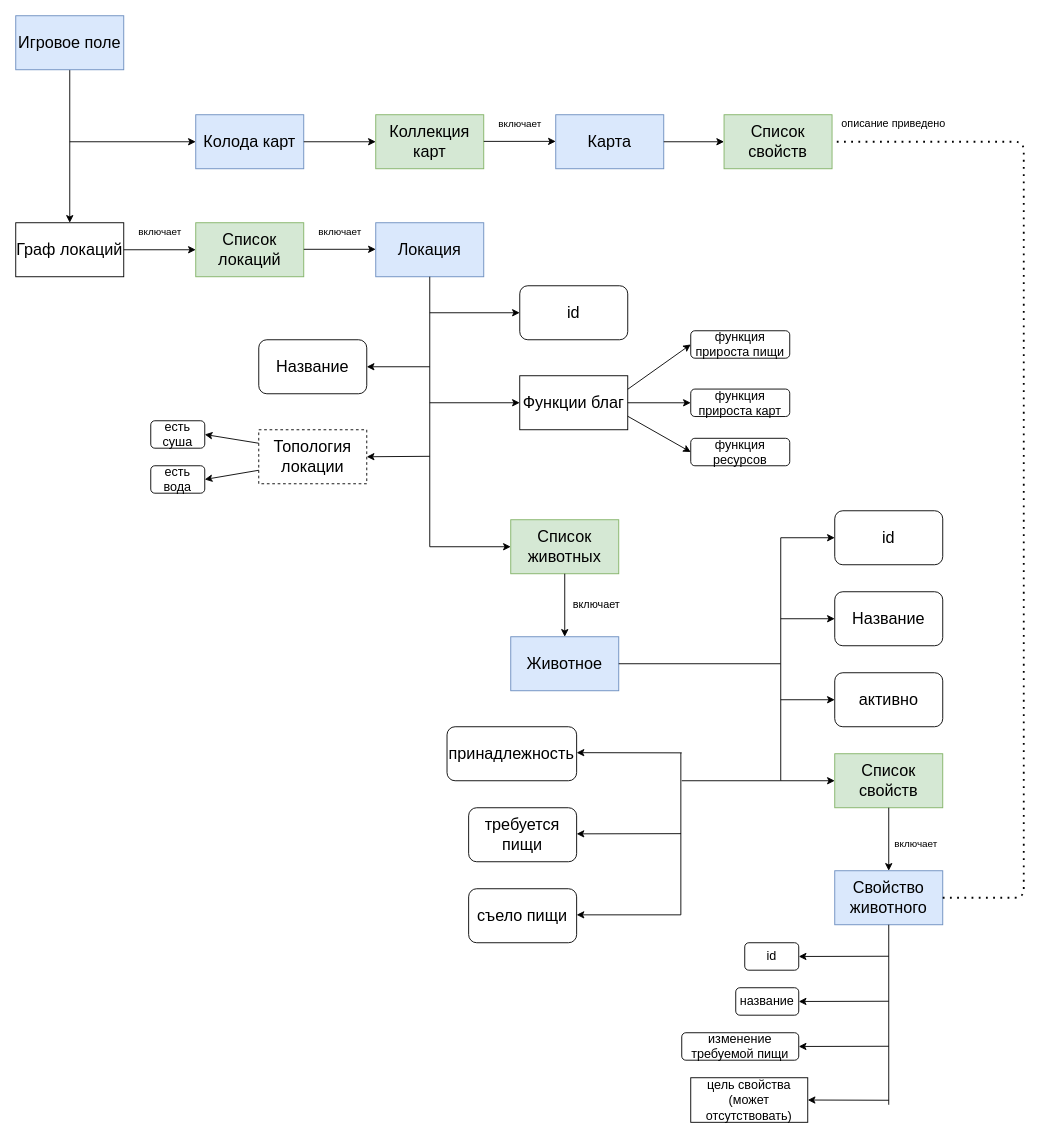
Before: docs/utils/struct.drawio in Upgrowth-project/FieldManager, a draw.io diagram. Source tidied: cells renumbered, new cells numbered last; positions are measured from the earlier drawing's top-left corner, leaving out a move shared by most shapes. Both pictures are drawn from the tidied source at 90%, with x=0, y=0 at pixel (15, 15).
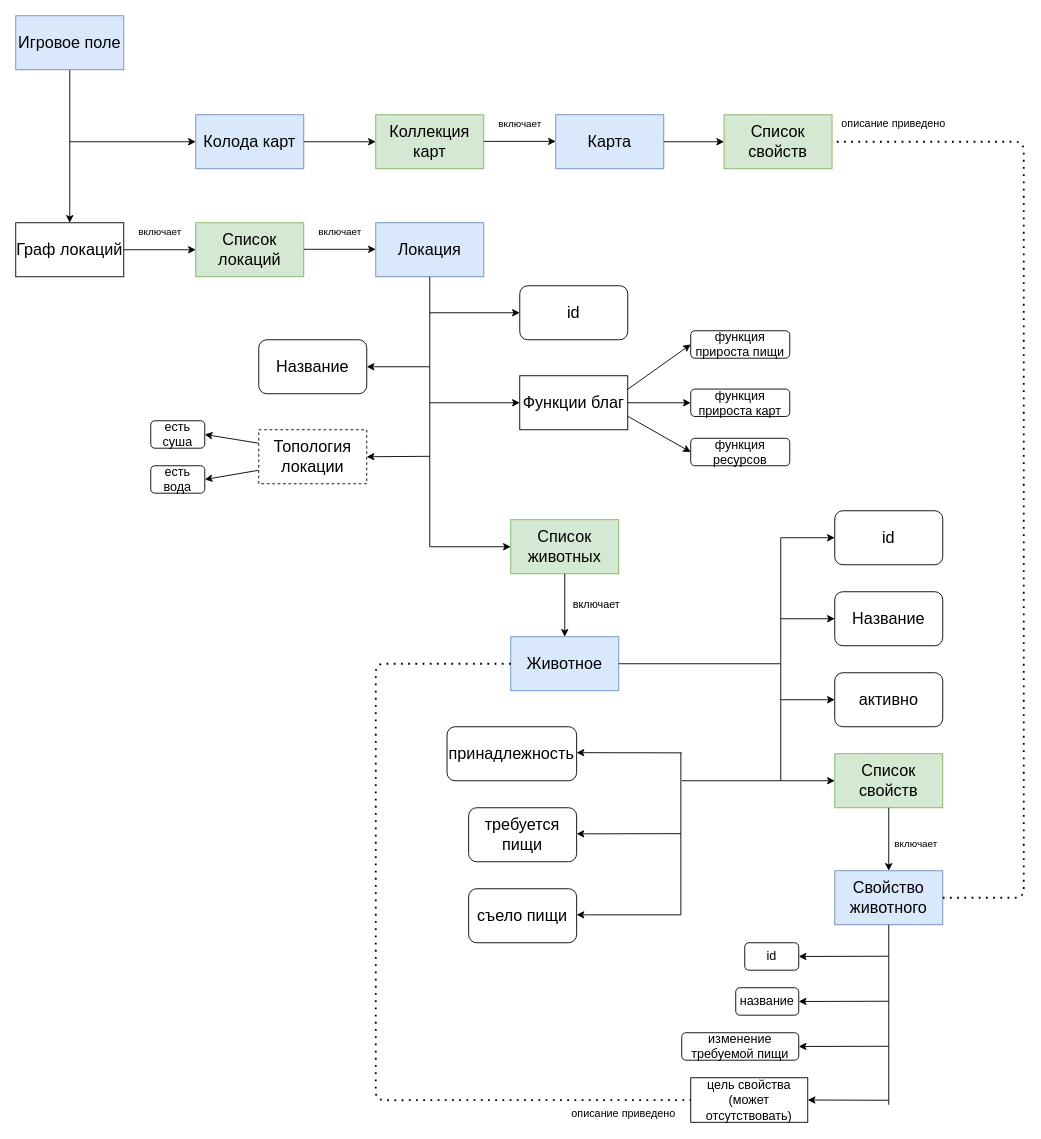
The same diagram, later.

Commit message (it also covers changes not shown here):
pic upd

The change refers to these unchanged cells:
```xml
<mxCell id="30" value="&lt;font style=&quot;font-size: 18px&quot;&gt;Животное&lt;/font&gt;" style="rounded=0;whiteSpace=wrap;html=1;fillColor=#dae8fc;strokeColor=#6c8ebf;" parent="1" vertex="1">
  <mxGeometry x="550" y="690" width="120" height="60" as="geometry" />
</mxCell>
<mxCell id="50" value="&lt;font style=&quot;font-size: 14px&quot;&gt;цель свойства (может отсутствовать)&lt;/font&gt;" style="rounded=0;whiteSpace=wrap;html=1;" parent="1" vertex="1">
  <mxGeometry x="750" y="1180" width="130" height="49.5" as="geometry" />
</mxCell>
```

Change to the diagram source:
```diff
@@
+    <mxCell id="72" style="endArrow=none;dashed=1;html=1;dashPattern=1 3;strokeWidth=2;entryX=0;entryY=0.5;entryDx=0;entryDy=0;exitX=0;exitY=0.5;exitDx=0;exitDy=0;" parent="1" edge="1" source="30" target="50">
+      <mxGeometry relative="1" as="geometry">
+        <Array as="points">
+          <mxPoint x="400" y="720" />
+          <mxPoint x="400" y="1205" />
+        </Array>
+      </mxGeometry>
+    </mxCell>
+    <mxCell id="73" value="описание приведено" style="text;html=1;align=center;verticalAlign=middle;" parent="1" vertex="1">
+      <mxGeometry x="610" y="1209.5" width="130" height="20" as="geometry" />
+    </mxCell>
```
